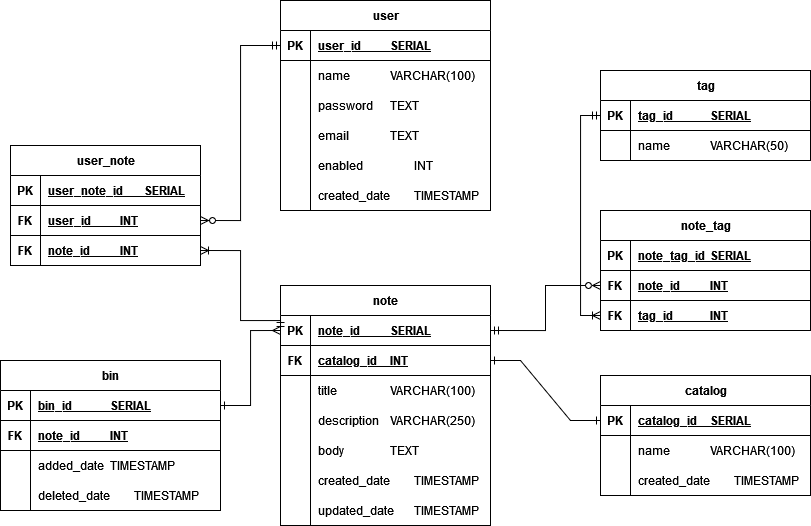
The draw.io diagram DB/ERD-diagram.drawio.png in Tomasz-Zdeb/Software-Engineering-Class-Project, before a commit. Source tidied: cells renumbered, new cells last; positions are measured from the earlier drawing's top-left corner, leaving out a move shared by most shapes.
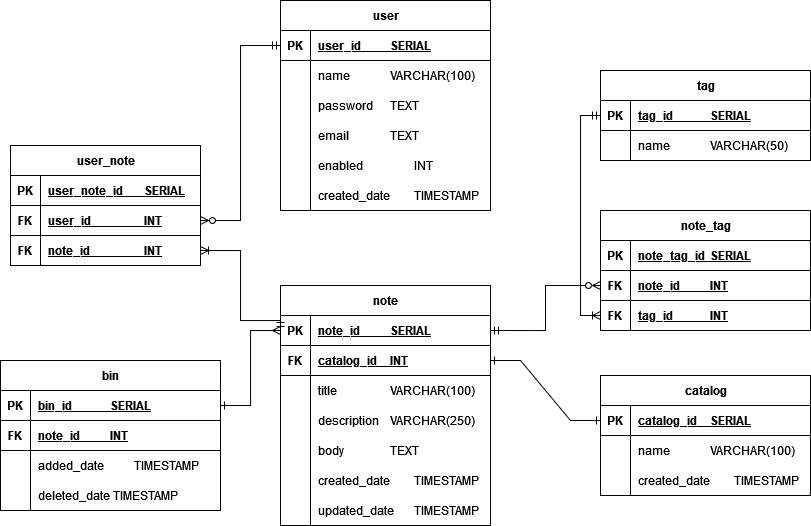
The same diagram one commit later.

Commit message:
updated data types

Change to the diagram source:
```diff
@@ -194,7 +194,7 @@
     <mxCell id="65" value="FK" style="shape=partialRectangle;fillColor=none;top=0;left=0;bottom=0;right=0;fontStyle=1;overflow=hidden;whiteSpace=wrap;html=1;" parent="64" vertex="1">
       <mxGeometry width="30" height="30" as="geometry" />
     </mxCell>
-    <mxCell id="66" value="user_id&lt;span style=&quot;white-space: pre;&quot;&gt;&#9;&lt;/span&gt;&lt;span style=&quot;white-space: pre;&quot;&gt;&#9;&lt;/span&gt;INT" style="shape=partialRectangle;fillColor=none;top=0;left=0;bottom=0;right=0;align=left;spacingLeft=6;fontStyle=5;overflow=hidden;whiteSpace=wrap;html=1;" parent="64" vertex="1">
+    <mxCell id="66" value="user_id&lt;span style=&quot;white-space: pre;&quot;&gt;&#9;&lt;/span&gt;&lt;span style=&quot;white-space: pre;&quot;&gt;&#9;&lt;/span&gt;&lt;span style=&quot;white-space: pre;&quot;&gt;&#9;&lt;/span&gt;INT" style="shape=partialRectangle;fillColor=none;top=0;left=0;bottom=0;right=0;align=left;spacingLeft=6;fontStyle=5;overflow=hidden;whiteSpace=wrap;html=1;" parent="64" vertex="1">
       <mxGeometry x="30" width="160" height="30" as="geometry" />
     </mxCell>
     <mxCell id="67" style="shape=tableRow;horizontal=0;startSize=0;swimlaneHead=0;swimlaneBody=0;fillColor=none;points=[[0,0.5],[1,0.5]];portConstraint=eastwest;top=0;left=0;right=0;bottom=1;" parent="60" vertex="1">
@@ -203,7 +203,7 @@
     <mxCell id="68" value="FK" style="shape=partialRectangle;fillColor=none;top=0;left=0;bottom=0;right=0;fontStyle=1;overflow=hidden;whiteSpace=wrap;html=1;" parent="67" vertex="1">
       <mxGeometry width="30" height="30" as="geometry" />
     </mxCell>
-    <mxCell id="69" value="note_id&lt;span style=&quot;white-space: pre;&quot;&gt;&#9;&lt;/span&gt;&lt;span style=&quot;white-space: pre;&quot;&gt;&#9;&lt;/span&gt;INT" style="shape=partialRectangle;fillColor=none;top=0;left=0;bottom=0;right=0;align=left;spacingLeft=6;fontStyle=5;overflow=hidden;whiteSpace=wrap;html=1;" parent="67" vertex="1">
+    <mxCell id="69" value="note_id&lt;span style=&quot;white-space: pre;&quot;&gt;&#9;&lt;/span&gt;&lt;span style=&quot;white-space: pre;&quot;&gt;&#9;&lt;/span&gt;&lt;span style=&quot;white-space: pre;&quot;&gt;&#9;&lt;/span&gt;INT" style="shape=partialRectangle;fillColor=none;top=0;left=0;bottom=0;right=0;align=left;spacingLeft=6;fontStyle=5;overflow=hidden;whiteSpace=wrap;html=1;" parent="67" vertex="1">
       <mxGeometry x="30" width="160" height="30" as="geometry" />
     </mxCell>
     <mxCell id="70" style="edgeStyle=orthogonalEdgeStyle;rounded=0;jettySize=auto;html=1;exitX=0;exitY=0.5;exitDx=0;exitDy=0;entryX=0;entryY=0.5;entryDx=0;entryDy=0;endArrow=ERoneToMany;endFill=0;startArrow=ERmandOne;startFill=0;" parent="1" edge="1" source="44" target="57">
@@ -251,7 +251,7 @@
     <mxCell id="82" style="shape=partialRectangle;fillColor=none;top=0;left=0;bottom=0;right=0;overflow=hidden;whiteSpace=wrap;html=1;" parent="81" vertex="1">
       <mxGeometry width="30" height="30" as="geometry" />
     </mxCell>
-    <mxCell id="83" value="added_date&lt;span style=&quot;white-space: pre;&quot;&gt;&#9;&lt;/span&gt;TIMESTAMP" style="shape=partialRectangle;fillColor=none;top=0;left=0;bottom=0;right=0;align=left;spacingLeft=6;overflow=hidden;whiteSpace=wrap;html=1;" parent="81" vertex="1">
+    <mxCell id="83" value="added_date&lt;span style=&quot;white-space: pre;&quot;&gt;&#9;&lt;/span&gt;&lt;span style=&quot;white-space: pre;&quot;&gt;&#9;&lt;/span&gt;TIMESTAMP" style="shape=partialRectangle;fillColor=none;top=0;left=0;bottom=0;right=0;align=left;spacingLeft=6;overflow=hidden;whiteSpace=wrap;html=1;" parent="81" vertex="1">
       <mxGeometry x="30" width="190" height="30" as="geometry" />
     </mxCell>
     <mxCell id="84" style="shape=tableRow;horizontal=0;startSize=0;swimlaneHead=0;swimlaneBody=0;fillColor=none;top=0;left=0;right=0;bottom=0;" parent="74" vertex="1">
@@ -260,7 +260,7 @@
     <mxCell id="85" style="shape=partialRectangle;fillColor=none;top=0;left=0;bottom=0;right=0;overflow=hidden;whiteSpace=wrap;html=1;" parent="84" vertex="1">
       <mxGeometry width="30" height="30" as="geometry" />
     </mxCell>
-    <mxCell id="86" value="deleted_date&lt;span style=&quot;white-space: pre;&quot;&gt;&#9;&lt;/span&gt;TIMESTAMP" style="shape=partialRectangle;fillColor=none;top=0;left=0;bottom=0;right=0;align=left;spacingLeft=6;overflow=hidden;whiteSpace=wrap;html=1;" parent="84" vertex="1">
+    <mxCell id="86" value="deleted_date TIMESTAMP" style="shape=partialRectangle;fillColor=none;top=0;left=0;bottom=0;right=0;align=left;spacingLeft=6;overflow=hidden;whiteSpace=wrap;html=1;" parent="84" vertex="1">
       <mxGeometry x="30" width="190" height="30" as="geometry" />
     </mxCell>
     <mxCell id="87" value="catalog" style="shape=table;startSize=30;rowLines=0;fontStyle=1;align=center;html=1;" parent="1" vertex="1">
```
